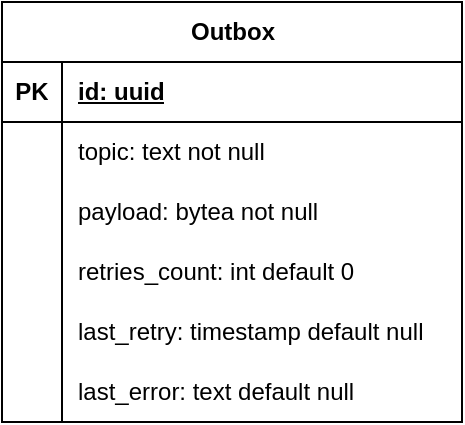
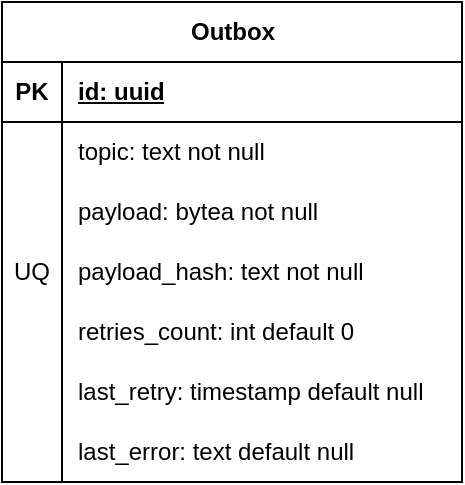
- ﻿<mxfile host="drawio-plugin" modified="2026-06-16T19:54:19.738Z" agent="Mozilla/5.0 (Windows NT 10.0; Win64; x64) AppleWebKit/537.36 (KHTML, like Gecko) Chrome/137.0.0.0 Safari/537.36" etag="D53tMseHUOALN70fXVeN" version="22.1.22" type="embed">
+ ﻿<mxfile host="drawio-plugin" modified="2026-06-16T20:10:56.719Z" agent="Mozilla/5.0 (Windows NT 10.0; Win64; x64) AppleWebKit/537.36 (KHTML, like Gecko) Chrome/137.0.0.0 Safari/537.36" etag="hJ8xiRO1olVkKOz5YGog" version="22.1.22" type="embed">
  <diagram id="23iRSUPoRavnBvh4doch" name="Page-1">
    <mxGraphModel dx="839" dy="560" grid="1" gridSize="10" guides="1" tooltips="1" connect="1" arrows="1" fold="1" page="1" pageScale="1" pageWidth="827" pageHeight="1169" math="0" shadow="0">
      <root>
        <mxCell id="0" />
        <mxCell id="1" parent="0" />
-         <mxCell id="15" value="Outbox" style="shape=table;startSize=30;container=1;collapsible=1;childLayout=tableLayout;fixedRows=1;rowLines=0;fontStyle=1;align=center;resizeLast=1;html=1;" vertex="1" parent="1">
-           <mxGeometry x="140" y="320" width="230" height="210" as="geometry" />
+         <mxCell id="15" value="Outbox" style="shape=table;startSize=30;container=1;collapsible=1;childLayout=tableLayout;fixedRows=1;rowLines=0;fontStyle=1;align=center;resizeLast=1;html=1;" parent="1" vertex="1">
+           <mxGeometry x="140" y="320" width="230" height="240" as="geometry" />
        </mxCell>
-         <mxCell id="16" value="" style="shape=tableRow;horizontal=0;startSize=0;swimlaneHead=0;swimlaneBody=0;fillColor=none;collapsible=0;dropTarget=0;points=[[0,0.5],[1,0.5]];portConstraint=eastwest;top=0;left=0;right=0;bottom=1;" vertex="1" parent="15">
+         <mxCell id="16" value="" style="shape=tableRow;horizontal=0;startSize=0;swimlaneHead=0;swimlaneBody=0;fillColor=none;collapsible=0;dropTarget=0;points=[[0,0.5],[1,0.5]];portConstraint=eastwest;top=0;left=0;right=0;bottom=1;" parent="15" vertex="1">
          <mxGeometry y="30" width="230" height="30" as="geometry" />
        </mxCell>
-         <mxCell id="17" value="PK" style="shape=partialRectangle;connectable=0;fillColor=none;top=0;left=0;bottom=0;right=0;fontStyle=1;overflow=hidden;whiteSpace=wrap;html=1;" vertex="1" parent="16">
+         <mxCell id="17" value="PK" style="shape=partialRectangle;connectable=0;fillColor=none;top=0;left=0;bottom=0;right=0;fontStyle=1;overflow=hidden;whiteSpace=wrap;html=1;" parent="16" vertex="1">
          <mxGeometry width="30" height="30" as="geometry">
            <mxRectangle width="30" height="30" as="alternateBounds" />
          </mxGeometry>
        </mxCell>
-         <mxCell id="18" value="id: uuid" style="shape=partialRectangle;connectable=0;fillColor=none;top=0;left=0;bottom=0;right=0;align=left;spacingLeft=6;fontStyle=5;overflow=hidden;whiteSpace=wrap;html=1;" vertex="1" parent="16">
+         <mxCell id="18" value="id: uuid" style="shape=partialRectangle;connectable=0;fillColor=none;top=0;left=0;bottom=0;right=0;align=left;spacingLeft=6;fontStyle=5;overflow=hidden;whiteSpace=wrap;html=1;" parent="16" vertex="1">
          <mxGeometry x="30" width="200" height="30" as="geometry">
            <mxRectangle width="200" height="30" as="alternateBounds" />
          </mxGeometry>
        </mxCell>
-         <mxCell id="22" value="" style="shape=tableRow;horizontal=0;startSize=0;swimlaneHead=0;swimlaneBody=0;fillColor=none;collapsible=0;dropTarget=0;points=[[0,0.5],[1,0.5]];portConstraint=eastwest;top=0;left=0;right=0;bottom=0;" vertex="1" parent="15">
+         <mxCell id="22" value="" style="shape=tableRow;horizontal=0;startSize=0;swimlaneHead=0;swimlaneBody=0;fillColor=none;collapsible=0;dropTarget=0;points=[[0,0.5],[1,0.5]];portConstraint=eastwest;top=0;left=0;right=0;bottom=0;" parent="15" vertex="1">
          <mxGeometry y="60" width="230" height="30" as="geometry" />
        </mxCell>
-         <mxCell id="23" value="" style="shape=partialRectangle;connectable=0;fillColor=none;top=0;left=0;bottom=0;right=0;editable=1;overflow=hidden;whiteSpace=wrap;html=1;" vertex="1" parent="22">
+         <mxCell id="23" value="" style="shape=partialRectangle;connectable=0;fillColor=none;top=0;left=0;bottom=0;right=0;editable=1;overflow=hidden;whiteSpace=wrap;html=1;" parent="22" vertex="1">
          <mxGeometry width="30" height="30" as="geometry">
            <mxRectangle width="30" height="30" as="alternateBounds" />
          </mxGeometry>
        </mxCell>
-         <mxCell id="24" value="topic: text not null" style="shape=partialRectangle;connectable=0;fillColor=none;top=0;left=0;bottom=0;right=0;align=left;spacingLeft=6;overflow=hidden;whiteSpace=wrap;html=1;" vertex="1" parent="22">
+         <mxCell id="24" value="topic: text not null" style="shape=partialRectangle;connectable=0;fillColor=none;top=0;left=0;bottom=0;right=0;align=left;spacingLeft=6;overflow=hidden;whiteSpace=wrap;html=1;" parent="22" vertex="1">
          <mxGeometry x="30" width="200" height="30" as="geometry">
            <mxRectangle width="200" height="30" as="alternateBounds" />
          </mxGeometry>
        </mxCell>
-         <mxCell id="19" value="" style="shape=tableRow;horizontal=0;startSize=0;swimlaneHead=0;swimlaneBody=0;fillColor=none;collapsible=0;dropTarget=0;points=[[0,0.5],[1,0.5]];portConstraint=eastwest;top=0;left=0;right=0;bottom=0;" vertex="1" parent="15">
+         <mxCell id="19" value="" style="shape=tableRow;horizontal=0;startSize=0;swimlaneHead=0;swimlaneBody=0;fillColor=none;collapsible=0;dropTarget=0;points=[[0,0.5],[1,0.5]];portConstraint=eastwest;top=0;left=0;right=0;bottom=0;" parent="15" vertex="1">
          <mxGeometry y="90" width="230" height="30" as="geometry" />
        </mxCell>
-         <mxCell id="20" value="" style="shape=partialRectangle;connectable=0;fillColor=none;top=0;left=0;bottom=0;right=0;editable=1;overflow=hidden;whiteSpace=wrap;html=1;" vertex="1" parent="19">
+         <mxCell id="20" value="" style="shape=partialRectangle;connectable=0;fillColor=none;top=0;left=0;bottom=0;right=0;editable=1;overflow=hidden;whiteSpace=wrap;html=1;" parent="19" vertex="1">
          <mxGeometry width="30" height="30" as="geometry">
            <mxRectangle width="30" height="30" as="alternateBounds" />
          </mxGeometry>
        </mxCell>
-         <mxCell id="21" value="payload: bytea not null" style="shape=partialRectangle;connectable=0;fillColor=none;top=0;left=0;bottom=0;right=0;align=left;spacingLeft=6;overflow=hidden;whiteSpace=wrap;html=1;" vertex="1" parent="19">
+         <mxCell id="21" value="payload: bytea not null" style="shape=partialRectangle;connectable=0;fillColor=none;top=0;left=0;bottom=0;right=0;align=left;spacingLeft=6;overflow=hidden;whiteSpace=wrap;html=1;" parent="19" vertex="1">
          <mxGeometry x="30" width="200" height="30" as="geometry">
            <mxRectangle width="200" height="30" as="alternateBounds" />
          </mxGeometry>
        </mxCell>
-         <mxCell id="25" value="" style="shape=tableRow;horizontal=0;startSize=0;swimlaneHead=0;swimlaneBody=0;fillColor=none;collapsible=0;dropTarget=0;points=[[0,0.5],[1,0.5]];portConstraint=eastwest;top=0;left=0;right=0;bottom=0;" vertex="1" parent="15">
+         <mxCell id="34" value="" style="shape=tableRow;horizontal=0;startSize=0;swimlaneHead=0;swimlaneBody=0;fillColor=none;collapsible=0;dropTarget=0;points=[[0,0.5],[1,0.5]];portConstraint=eastwest;top=0;left=0;right=0;bottom=0;" vertex="1" parent="15">
          <mxGeometry y="120" width="230" height="30" as="geometry" />
        </mxCell>
-         <mxCell id="26" value="" style="shape=partialRectangle;connectable=0;fillColor=none;top=0;left=0;bottom=0;right=0;editable=1;overflow=hidden;whiteSpace=wrap;html=1;" vertex="1" parent="25">
+         <mxCell id="35" value="UQ" style="shape=partialRectangle;connectable=0;fillColor=none;top=0;left=0;bottom=0;right=0;editable=1;overflow=hidden;whiteSpace=wrap;html=1;" vertex="1" parent="34">
          <mxGeometry width="30" height="30" as="geometry">
            <mxRectangle width="30" height="30" as="alternateBounds" />
          </mxGeometry>
        </mxCell>
-         <mxCell id="27" value="retries_count: int default 0" style="shape=partialRectangle;connectable=0;fillColor=none;top=0;left=0;bottom=0;right=0;align=left;spacingLeft=6;overflow=hidden;whiteSpace=wrap;html=1;" vertex="1" parent="25">
+         <mxCell id="36" value="payload_hash: text not null" style="shape=partialRectangle;connectable=0;fillColor=none;top=0;left=0;bottom=0;right=0;align=left;spacingLeft=6;overflow=hidden;whiteSpace=wrap;html=1;" vertex="1" parent="34">
          <mxGeometry x="30" width="200" height="30" as="geometry">
            <mxRectangle width="200" height="30" as="alternateBounds" />
          </mxGeometry>
        </mxCell>
-         <mxCell id="28" value="" style="shape=tableRow;horizontal=0;startSize=0;swimlaneHead=0;swimlaneBody=0;fillColor=none;collapsible=0;dropTarget=0;points=[[0,0.5],[1,0.5]];portConstraint=eastwest;top=0;left=0;right=0;bottom=0;" vertex="1" parent="15">
+         <mxCell id="25" value="" style="shape=tableRow;horizontal=0;startSize=0;swimlaneHead=0;swimlaneBody=0;fillColor=none;collapsible=0;dropTarget=0;points=[[0,0.5],[1,0.5]];portConstraint=eastwest;top=0;left=0;right=0;bottom=0;" parent="15" vertex="1">
          <mxGeometry y="150" width="230" height="30" as="geometry" />
        </mxCell>
-         <mxCell id="29" value="" style="shape=partialRectangle;connectable=0;fillColor=none;top=0;left=0;bottom=0;right=0;editable=1;overflow=hidden;whiteSpace=wrap;html=1;" vertex="1" parent="28">
+         <mxCell id="26" value="" style="shape=partialRectangle;connectable=0;fillColor=none;top=0;left=0;bottom=0;right=0;editable=1;overflow=hidden;whiteSpace=wrap;html=1;" parent="25" vertex="1">
          <mxGeometry width="30" height="30" as="geometry">
            <mxRectangle width="30" height="30" as="alternateBounds" />
          </mxGeometry>
        </mxCell>
-         <mxCell id="30" value="last_retry: timestamp default null" style="shape=partialRectangle;connectable=0;fillColor=none;top=0;left=0;bottom=0;right=0;align=left;spacingLeft=6;overflow=hidden;whiteSpace=wrap;html=1;" vertex="1" parent="28">
+         <mxCell id="27" value="retries_count: int default 0" style="shape=partialRectangle;connectable=0;fillColor=none;top=0;left=0;bottom=0;right=0;align=left;spacingLeft=6;overflow=hidden;whiteSpace=wrap;html=1;" parent="25" vertex="1">
          <mxGeometry x="30" width="200" height="30" as="geometry">
            <mxRectangle width="200" height="30" as="alternateBounds" />
          </mxGeometry>
        </mxCell>
-         <mxCell id="31" value="" style="shape=tableRow;horizontal=0;startSize=0;swimlaneHead=0;swimlaneBody=0;fillColor=none;collapsible=0;dropTarget=0;points=[[0,0.5],[1,0.5]];portConstraint=eastwest;top=0;left=0;right=0;bottom=0;" vertex="1" parent="15">
+         <mxCell id="28" value="" style="shape=tableRow;horizontal=0;startSize=0;swimlaneHead=0;swimlaneBody=0;fillColor=none;collapsible=0;dropTarget=0;points=[[0,0.5],[1,0.5]];portConstraint=eastwest;top=0;left=0;right=0;bottom=0;" parent="15" vertex="1">
          <mxGeometry y="180" width="230" height="30" as="geometry" />
        </mxCell>
-         <mxCell id="32" value="" style="shape=partialRectangle;connectable=0;fillColor=none;top=0;left=0;bottom=0;right=0;editable=1;overflow=hidden;whiteSpace=wrap;html=1;" vertex="1" parent="31">
+         <mxCell id="29" value="" style="shape=partialRectangle;connectable=0;fillColor=none;top=0;left=0;bottom=0;right=0;editable=1;overflow=hidden;whiteSpace=wrap;html=1;" parent="28" vertex="1">
          <mxGeometry width="30" height="30" as="geometry">
            <mxRectangle width="30" height="30" as="alternateBounds" />
          </mxGeometry>
        </mxCell>
-         <mxCell id="33" value="last_error: text default null" style="shape=partialRectangle;connectable=0;fillColor=none;top=0;left=0;bottom=0;right=0;align=left;spacingLeft=6;overflow=hidden;whiteSpace=wrap;html=1;" vertex="1" parent="31">
+         <mxCell id="30" value="last_retry: timestamp default null" style="shape=partialRectangle;connectable=0;fillColor=none;top=0;left=0;bottom=0;right=0;align=left;spacingLeft=6;overflow=hidden;whiteSpace=wrap;html=1;" parent="28" vertex="1">
+           <mxGeometry x="30" width="200" height="30" as="geometry">
+             <mxRectangle width="200" height="30" as="alternateBounds" />
+           </mxGeometry>
+         </mxCell>
+         <mxCell id="31" value="" style="shape=tableRow;horizontal=0;startSize=0;swimlaneHead=0;swimlaneBody=0;fillColor=none;collapsible=0;dropTarget=0;points=[[0,0.5],[1,0.5]];portConstraint=eastwest;top=0;left=0;right=0;bottom=0;" parent="15" vertex="1">
+           <mxGeometry y="210" width="230" height="30" as="geometry" />
+         </mxCell>
+         <mxCell id="32" value="" style="shape=partialRectangle;connectable=0;fillColor=none;top=0;left=0;bottom=0;right=0;editable=1;overflow=hidden;whiteSpace=wrap;html=1;" parent="31" vertex="1">
+           <mxGeometry width="30" height="30" as="geometry">
+             <mxRectangle width="30" height="30" as="alternateBounds" />
+           </mxGeometry>
+         </mxCell>
+         <mxCell id="33" value="last_error: text default null" style="shape=partialRectangle;connectable=0;fillColor=none;top=0;left=0;bottom=0;right=0;align=left;spacingLeft=6;overflow=hidden;whiteSpace=wrap;html=1;" parent="31" vertex="1">
          <mxGeometry x="30" width="200" height="30" as="geometry">
            <mxRectangle width="200" height="30" as="alternateBounds" />
          </mxGeometry>
        </mxCell>
      </root>
    </mxGraphModel>
  </diagram>
</mxfile>
